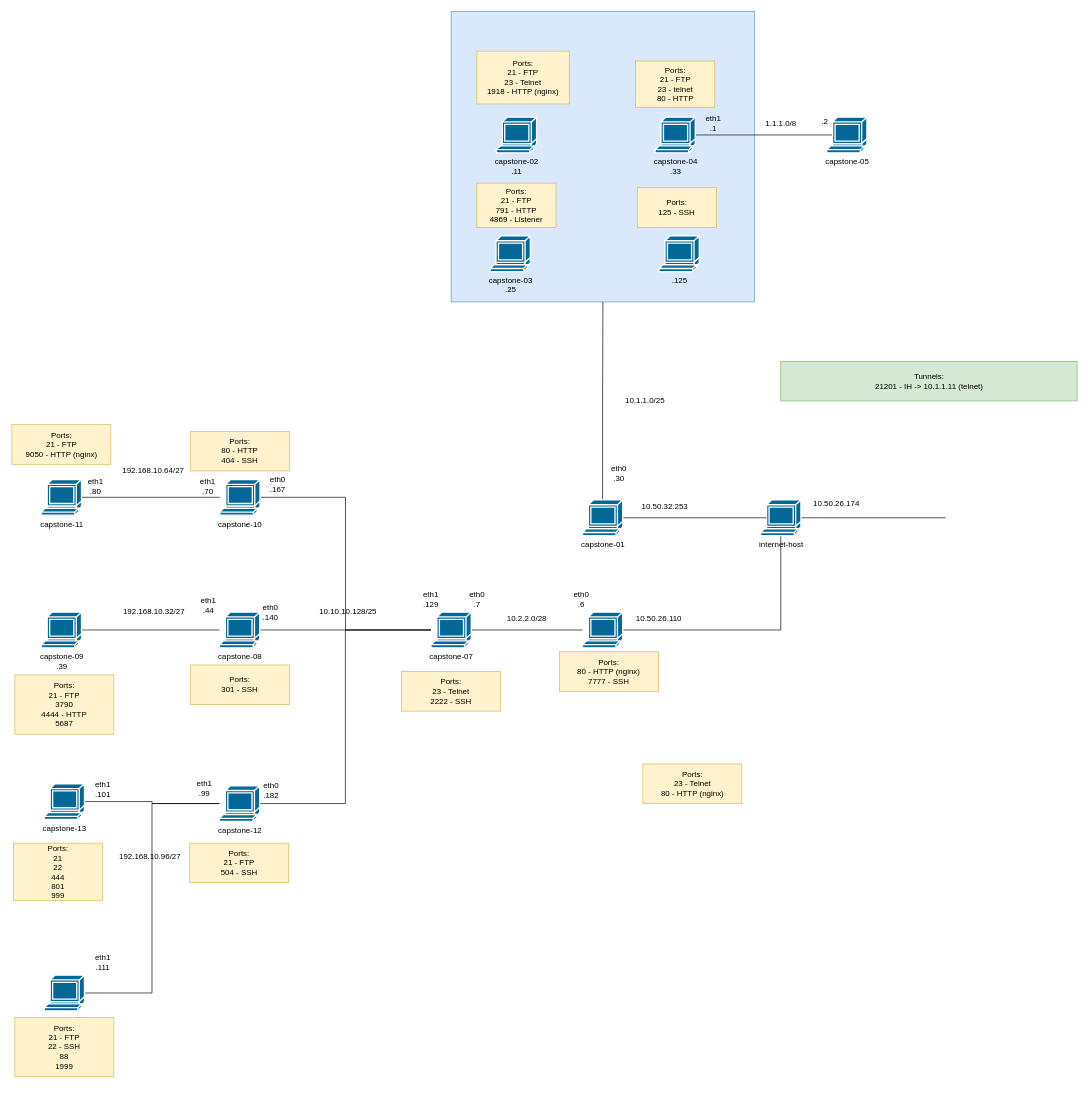
Before: Net_Notes/capstone_net.drawio in m-rosinsky/CCTC_Notes, a draw.io diagram. Source tidied: cells renumbered, new cells numbered last; positions are measured from the earlier drawing's top-left corner, leaving out a move shared by most shapes. Both pictures are drawn from the tidied source at 66%, with x=0, y=0 at pixel (12, 11).
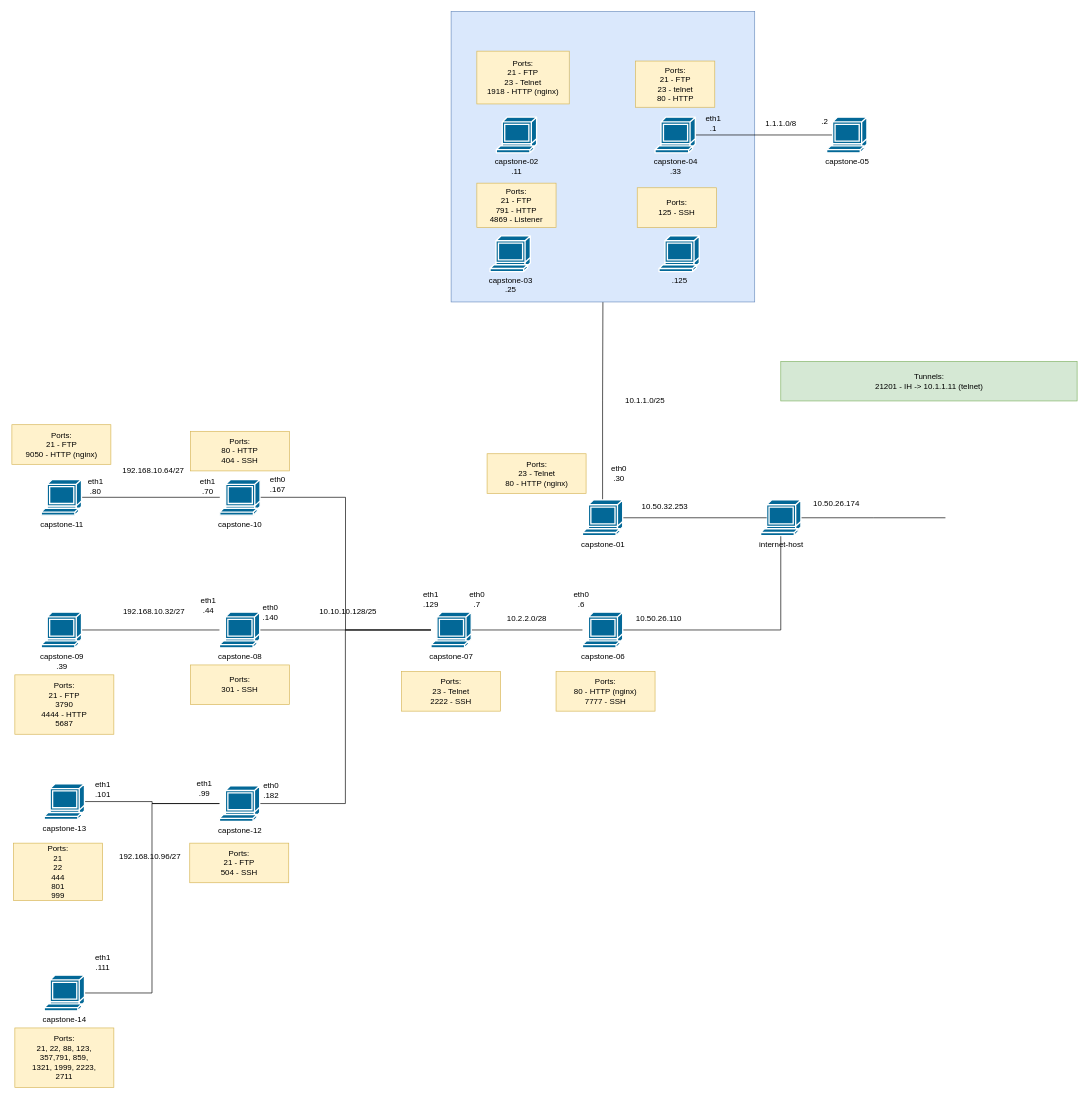
The same diagram, later.

Diff of the diagram source:
```diff
@@
-    <mxCell id="24" style="shape=mxgraph.cisco.computers_and_peripherals.terminal;html=1;dashed=0;fillColor=#036897;strokeColor=#ffffff;strokeWidth=2;verticalLabelPosition=bottom;verticalAlign=top;align=center;outlineConnect=0;" parent="1" vertex="1">
+    <mxCell id="24" value="capstone-06" style="shape=mxgraph.cisco.computers_and_peripherals.terminal;html=1;dashed=0;fillColor=#036897;strokeColor=#ffffff;strokeWidth=2;verticalLabelPosition=bottom;verticalAlign=top;align=center;outlineConnect=0;" parent="1" vertex="1">
       <mxGeometry x="864" y="910" width="61" height="54" as="geometry" />
     </mxCell>
@@
     <mxCell id="26" value="Ports:&lt;br&gt;80 - HTTP (nginx)&lt;br&gt;7777 - SSH" style="rounded=0;whiteSpace=wrap;html=1;fillColor=#fff2cc;strokeColor=#d6b656;" parent="1" vertex="1">
-      <mxGeometry x="829" y="970" width="150" height="60" as="geometry" />
+      <mxGeometry x="824" y="1000" width="150" height="60" as="geometry" />
     </mxCell>
@@
     <mxCell id="37" value="Ports:&lt;br&gt;23 - Telnet&lt;br&gt;80 - HTTP (nginx)" style="rounded=0;whiteSpace=wrap;html=1;fillColor=#fff2cc;strokeColor=#d6b656;" parent="1" vertex="1">
-      <mxGeometry x="955.5" y="1140" width="150" height="60" as="geometry" />
+      <mxGeometry x="719.5" y="670" width="150" height="60" as="geometry" />
     </mxCell>
@@
-    <mxCell id="68" value="Ports:&lt;br&gt;21 - FTP&lt;br&gt;22 - SSH&lt;br&gt;88&lt;br&gt;1999" style="rounded=0;whiteSpace=wrap;html=1;fillColor=#fff2cc;strokeColor=#d6b656;" parent="1" vertex="1">
-      <mxGeometry x="4" y="1524" width="150" height="90" as="geometry" />
+    <mxCell id="68" value="Ports:&lt;br&gt;21, 22, 88, 123,&lt;br&gt;357,791, 859,&lt;br&gt;1321, 1999, 2223,&lt;br&gt;2711" style="rounded=0;whiteSpace=wrap;html=1;fillColor=#fff2cc;strokeColor=#d6b656;" parent="1" vertex="1">
+      <mxGeometry x="4" y="1540" width="150" height="90" as="geometry" />
     </mxCell>
```
